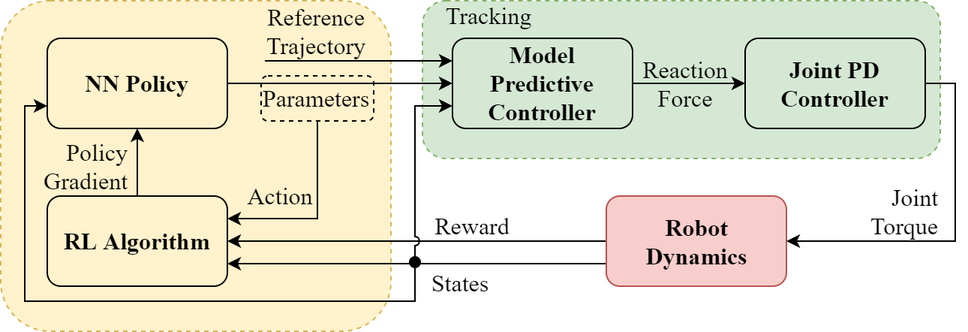
Before: images/controller_blocks.png, a diagram exported from draw.io (silvery107/rl-mpc-locomotion). Source tidied: cells renumbered, new cells last; positions are measured from the earlier drawing's top-left corner, leaving out a move shared by most shapes. Source of this version:
```xml
<mxGraphModel math="1">
  <root>
    <mxCell id="0" />
    <mxCell id="1" parent="0" />
    <mxCell id="2" style="rounded=1;whiteSpace=wrap;html=1;shadow=0;glass=0;dashed=1;sketch=0;fontFamily=Times New Roman;fontSize=16;fillColor=#fff2cc;strokeColor=#d6b656;" parent="1" vertex="1">
      <mxGeometry width="260" height="220" as="geometry" />
    </mxCell>
    <mxCell id="3" style="rounded=1;whiteSpace=wrap;html=1;fillColor=#d5e8d4;dashed=1;fontSize=16;fontFamily=Times New Roman;fontStyle=0;strokeColor=#82b366;" parent="1" vertex="1">
      <mxGeometry x="281" width="345" height="105" as="geometry" />
    </mxCell>
    <mxCell id="4" style="edgeStyle=orthogonalEdgeStyle;rounded=0;jettySize=auto;html=1;fontSize=16;fontFamily=Times New Roman;fontStyle=0;" parent="1" edge="1" source="5" target="15">
      <mxGeometry relative="1" as="geometry" />
    </mxCell>
    <mxCell id="5" value="Model&lt;br style=&quot;font-size: 16px;&quot;&gt;Predictive&lt;br style=&quot;font-size: 16px;&quot;&gt;Controller" style="rounded=1;whiteSpace=wrap;html=1;fontSize=16;fontFamily=Times New Roman;fontStyle=1;fillColor=none;" parent="1" vertex="1">
      <mxGeometry x="301" y="25" width="120" height="60" as="geometry" />
    </mxCell>
    <mxCell id="6" style="edgeStyle=orthogonalEdgeStyle;rounded=0;jettySize=auto;html=1;exitX=0;exitY=0.5;exitDx=0;exitDy=0;entryX=1;entryY=0.5;entryDx=0;entryDy=0;fontFamily=Times New Roman;fontSize=16;startArrow=none;startFill=0;" parent="1" edge="1" target="18">
      <mxGeometry relative="1" as="geometry">
        <mxPoint x="463.5" y="160" as="sourcePoint" />
      </mxGeometry>
    </mxCell>
    <mxCell id="7" style="edgeStyle=orthogonalEdgeStyle;rounded=0;jettySize=auto;html=1;exitX=0;exitY=0.75;exitDx=0;exitDy=0;entryX=1;entryY=0.75;entryDx=0;entryDy=0;fontFamily=Times New Roman;fontSize=16;startArrow=none;startFill=0;" parent="1" edge="1" target="18">
      <mxGeometry relative="1" as="geometry">
        <mxPoint x="383.5" y="175" as="sourcePoint" />
      </mxGeometry>
    </mxCell>
    <mxCell id="8" style="edgeStyle=orthogonalEdgeStyle;jettySize=auto;html=1;exitX=0;exitY=0.75;exitDx=0;exitDy=0;entryX=0;entryY=0.75;entryDx=0;entryDy=0;fontFamily=Times New Roman;fontSize=16;startArrow=none;startFill=0;jumpStyle=arc;sketch=0;jumpSize=6;rounded=0;" parent="1" edge="1" source="10" target="5">
      <mxGeometry relative="1" as="geometry">
        <Array as="points">
          <mxPoint x="276" y="175" />
          <mxPoint x="276" y="70" />
        </Array>
      </mxGeometry>
    </mxCell>
    <mxCell id="9" style="edgeStyle=orthogonalEdgeStyle;rounded=0;sketch=0;jumpStyle=none;jumpSize=6;jettySize=auto;html=1;fontFamily=Times New Roman;fontSize=16;startArrow=none;startFill=0;fillColor=none;entryX=0;entryY=0.75;entryDx=0;entryDy=0;exitX=0;exitY=0.75;exitDx=0;exitDy=0;" parent="1" edge="1" target="12">
      <mxGeometry relative="1" as="geometry">
        <mxPoint x="393.5" y="175" as="sourcePoint" />
        <Array as="points">
          <mxPoint x="276" y="175" />
          <mxPoint x="276" y="200" />
          <mxPoint x="16" y="200" />
          <mxPoint x="16" y="70" />
        </Array>
      </mxGeometry>
    </mxCell>
    <mxCell id="10" value="Robot&lt;br&gt;Dynamics" style="rounded=1;whiteSpace=wrap;html=1;fontSize=16;fontFamily=Times New Roman;fontStyle=1;fillColor=#f8cecc;strokeColor=#b85450;" parent="1" vertex="1">
      <mxGeometry x="403.5" y="130" width="120" height="60" as="geometry" />
    </mxCell>
    <mxCell id="11" style="edgeStyle=none;html=1;entryX=0;entryY=0.5;entryDx=0;entryDy=0;fontFamily=Times New Roman;fontSize=16;startArrow=none;exitX=1;exitY=0.5;exitDx=0;exitDy=0;" parent="1" edge="1" source="12" target="5">
      <mxGeometry relative="1" as="geometry" />
    </mxCell>
    <mxCell id="12" value="NN Policy" style="rounded=1;whiteSpace=wrap;html=1;fontSize=16;fontFamily=Times New Roman;fontStyle=1;fillColor=none;" parent="1" vertex="1">
      <mxGeometry x="31" y="25" width="120" height="60" as="geometry" />
    </mxCell>
    <mxCell id="13" value="Reaction&lt;br style=&quot;font-size: 16px;&quot;&gt;Force" style="text;html=1;align=center;verticalAlign=middle;strokeColor=none;fontSize=16;fontFamily=Times New Roman;fontStyle=0;" parent="1" vertex="1">
      <mxGeometry x="421" y="35" width="70" height="40" as="geometry" />
    </mxCell>
    <mxCell id="14" style="edgeStyle=orthogonalEdgeStyle;rounded=0;jettySize=auto;html=1;exitX=1;exitY=0.5;exitDx=0;exitDy=0;entryX=1;entryY=0.5;entryDx=0;entryDy=0;fontFamily=Times New Roman;fontSize=16;startArrow=none;startFill=0;" parent="1" edge="1" source="15" target="10">
      <mxGeometry relative="1" as="geometry">
        <Array as="points">
          <mxPoint x="636" y="55" />
          <mxPoint x="636" y="160" />
        </Array>
      </mxGeometry>
    </mxCell>
    <mxCell id="15" value="Joint PD&lt;br style=&quot;font-size: 16px&quot;&gt;Controller" style="rounded=1;whiteSpace=wrap;html=1;fontSize=16;fontFamily=Times New Roman;fontStyle=1;fillColor=none;" parent="1" vertex="1">
      <mxGeometry x="496" y="25" width="120" height="60" as="geometry" />
    </mxCell>
    <mxCell id="16" value="Joint&lt;br style=&quot;font-size: 16px&quot;&gt;Torque" style="text;html=1;align=right;verticalAlign=middle;strokeColor=none;fontSize=16;fontFamily=Times New Roman;fontStyle=0;" parent="1" vertex="1">
      <mxGeometry x="566" y="120" width="60" height="40" as="geometry" />
    </mxCell>
    <mxCell id="17" style="edgeStyle=orthogonalEdgeStyle;rounded=0;jettySize=auto;html=1;startArrow=none;startFill=0;fontSize=16;fontFamily=Times New Roman;fontStyle=0;" parent="1" edge="1" source="18" target="12">
      <mxGeometry relative="1" as="geometry" />
    </mxCell>
    <mxCell id="18" value="RL Algorithm" style="rounded=1;whiteSpace=wrap;html=1;fontSize=16;fontFamily=Times New Roman;fontStyle=1;fillColor=none;" parent="1" vertex="1">
      <mxGeometry x="31" y="130" width="120" height="60" as="geometry" />
    </mxCell>
    <mxCell id="19" value="Tracking" style="text;html=1;align=center;verticalAlign=middle;strokeColor=none;fontSize=16;fontFamily=Times New Roman;fontStyle=0;" parent="1" vertex="1">
      <mxGeometry x="290" width="70" height="20" as="geometry" />
    </mxCell>
    <mxCell id="20" value="Reference&lt;br&gt;Trajectory" style="text;html=1;align=center;verticalAlign=middle;strokeColor=none;fontSize=16;fontFamily=Times New Roman;fontStyle=0;" parent="1" vertex="1">
      <mxGeometry x="170" width="80" height="40" as="geometry" />
    </mxCell>
    <mxCell id="21" value="Policy&lt;br style=&quot;font-size: 16px&quot;&gt;Gradient" style="text;html=1;align=right;verticalAlign=middle;strokeColor=none;fontSize=16;fontFamily=Times New Roman;fontStyle=0;" parent="1" vertex="1">
      <mxGeometry x="16" y="90" width="70" height="40" as="geometry" />
    </mxCell>
    <mxCell id="22" value="Reward" style="text;html=1;align=center;verticalAlign=middle;strokeColor=none;fontSize=16;fontFamily=Times New Roman;fontStyle=0;" parent="1" vertex="1">
      <mxGeometry x="279" y="140" width="70" height="20" as="geometry" />
    </mxCell>
    <mxCell id="23" value="Action" style="text;html=1;align=center;verticalAlign=middle;strokeColor=none;fontSize=16;fontFamily=Times New Roman;fontStyle=0;" parent="1" vertex="1">
      <mxGeometry x="156" y="120" width="60" height="20" as="geometry" />
    </mxCell>
    <mxCell id="24" value="States" style="text;html=1;align=center;verticalAlign=middle;strokeColor=none;fontSize=16;fontFamily=Times New Roman;" parent="1" vertex="1">
      <mxGeometry x="281" y="178" width="50" height="20" as="geometry" />
    </mxCell>
    <mxCell id="25" style="ellipse;fillColor=#000000;strokeColor=none;dashed=1;fontFamily=Times New Roman;fontSize=16;" parent="1" vertex="1">
      <mxGeometry x="272" y="170" width="8" height="8" as="geometry" />
    </mxCell>
    <mxCell id="26" value="Parameters" style="text;html=1;align=center;verticalAlign=middle;strokeColor=none;fontSize=16;fontFamily=Times New Roman;" parent="1" vertex="1">
      <mxGeometry x="165" y="55" width="90" height="20" as="geometry" />
    </mxCell>
    <mxCell id="27" style="endArrow=classic;html=1;fontFamily=Times New Roman;fontSize=16;entryX=0;entryY=0.25;entryDx=0;entryDy=0;" parent="1" edge="1" target="5">
      <mxGeometry relative="1" as="geometry">
        <mxPoint x="176" y="40" as="sourcePoint" />
      </mxGeometry>
    </mxCell>
    <mxCell id="28" style="edgeStyle=none;html=1;exitX=0.5;exitY=1;exitDx=0;exitDy=0;entryX=1;entryY=0.25;entryDx=0;entryDy=0;fontFamily=Times New Roman;fontSize=16;rounded=0;" parent="1" edge="1" source="29" target="18">
      <mxGeometry relative="1" as="geometry">
        <Array as="points">
          <mxPoint x="211" y="145" />
        </Array>
      </mxGeometry>
    </mxCell>
    <mxCell id="29" style="rounded=1;whiteSpace=wrap;html=1;fontFamily=Times New Roman;fontSize=16;fillColor=none;dashed=1;" parent="1" vertex="1">
      <mxGeometry x="173.5" y="50" width="75" height="30" as="geometry" />
    </mxCell>
  </root>
</mxGraphModel>
```
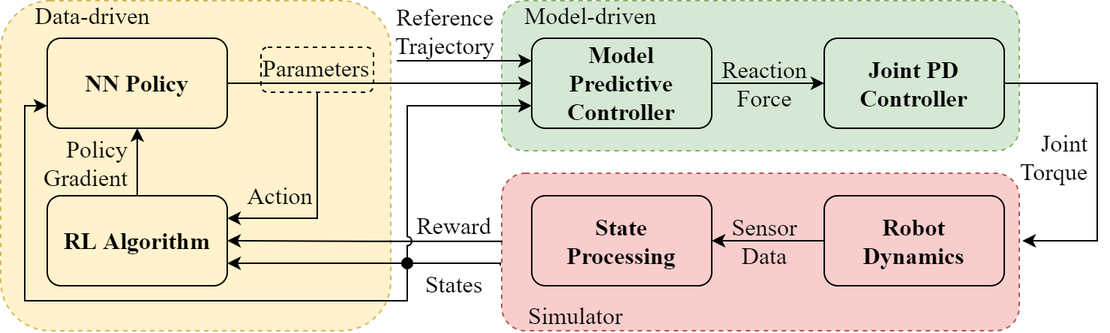
The same file after the commit.

What changed in the source:
```diff
@@ -2,60 +2,63 @@
   <root>
     <mxCell id="0" />
     <mxCell id="1" parent="0" />
+    <mxCell id="30" style="rounded=1;whiteSpace=wrap;html=1;fillColor=#f8cecc;dashed=1;fontSize=16;fontFamily=Times New Roman;fontStyle=0;strokeColor=#b85450;" parent="1" vertex="1">
+      <mxGeometry x="239" y="115" width="345" height="105" as="geometry" />
+    </mxCell>
     <mxCell id="2" style="rounded=1;whiteSpace=wrap;html=1;shadow=0;glass=0;dashed=1;sketch=0;fontFamily=Times New Roman;fontSize=16;fillColor=#fff2cc;strokeColor=#d6b656;" parent="1" vertex="1">
-      <mxGeometry width="260" height="220" as="geometry" />
+      <mxGeometry x="-95" width="260" height="220" as="geometry" />
     </mxCell>
     <mxCell id="3" style="rounded=1;whiteSpace=wrap;html=1;fillColor=#d5e8d4;dashed=1;fontSize=16;fontFamily=Times New Roman;fontStyle=0;strokeColor=#82b366;" parent="1" vertex="1">
-      <mxGeometry x="281" width="345" height="105" as="geometry" />
+      <mxGeometry x="239" width="345" height="100" as="geometry" />
     </mxCell>
     <mxCell id="4" style="edgeStyle=orthogonalEdgeStyle;rounded=0;jettySize=auto;html=1;fontSize=16;fontFamily=Times New Roman;fontStyle=0;" parent="1" edge="1" source="5" target="15">
       <mxGeometry relative="1" as="geometry" />
     </mxCell>
     <mxCell id="5" value="Model&lt;br style=&quot;font-size: 16px;&quot;&gt;Predictive&lt;br style=&quot;font-size: 16px;&quot;&gt;Controller" style="rounded=1;whiteSpace=wrap;html=1;fontSize=16;fontFamily=Times New Roman;fontStyle=1;fillColor=none;" parent="1" vertex="1">
-      <mxGeometry x="301" y="25" width="120" height="60" as="geometry" />
+      <mxGeometry x="259" y="25" width="120" height="60" as="geometry" />
     </mxCell>
-    <mxCell id="6" style="edgeStyle=orthogonalEdgeStyle;rounded=0;jettySize=auto;html=1;exitX=0;exitY=0.5;exitDx=0;exitDy=0;entryX=1;entryY=0.5;entryDx=0;entryDy=0;fontFamily=Times New Roman;fontSize=16;startArrow=none;startFill=0;" parent="1" edge="1" target="18">
-      <mxGeometry relative="1" as="geometry">
-        <mxPoint x="463.5" y="160" as="sourcePoint" />
-      </mxGeometry>
+    <mxCell id="6" style="edgeStyle=orthogonalEdgeStyle;rounded=0;jettySize=auto;html=1;entryX=1;entryY=0.5;entryDx=0;entryDy=0;fontFamily=Times New Roman;fontSize=16;startArrow=none;startFill=0;exitX=0.001;exitY=0.432;exitDx=0;exitDy=0;exitPerimeter=0;" parent="1" edge="1" source="30" target="18">
+      <mxGeometry relative="1" as="geometry" />
     </mxCell>
-    <mxCell id="7" style="edgeStyle=orthogonalEdgeStyle;rounded=0;jettySize=auto;html=1;exitX=0;exitY=0.75;exitDx=0;exitDy=0;entryX=1;entryY=0.75;entryDx=0;entryDy=0;fontFamily=Times New Roman;fontSize=16;startArrow=none;startFill=0;" parent="1" edge="1" target="18">
+    <mxCell id="7" style="edgeStyle=orthogonalEdgeStyle;rounded=0;jettySize=auto;html=1;entryX=1;entryY=0.75;entryDx=0;entryDy=0;fontFamily=Times New Roman;fontSize=16;startArrow=none;startFill=0;" parent="1" edge="1" target="18">
       <mxGeometry relative="1" as="geometry">
-        <mxPoint x="383.5" y="175" as="sourcePoint" />
+        <mxPoint x="176" y="175" as="sourcePoint" />
       </mxGeometry>
     </mxCell>
-    <mxCell id="8" style="edgeStyle=orthogonalEdgeStyle;jettySize=auto;html=1;exitX=0;exitY=0.75;exitDx=0;exitDy=0;entryX=0;entryY=0.75;entryDx=0;entryDy=0;fontFamily=Times New Roman;fontSize=16;startArrow=none;startFill=0;jumpStyle=arc;sketch=0;jumpSize=6;rounded=0;" parent="1" edge="1" source="10" target="5">
+    <mxCell id="8" style="edgeStyle=orthogonalEdgeStyle;jettySize=auto;html=1;entryX=0;entryY=0.75;entryDx=0;entryDy=0;fontFamily=Times New Roman;fontSize=16;startArrow=none;startFill=0;jumpStyle=arc;sketch=0;jumpSize=6;rounded=0;" parent="1" edge="1" source="25" target="5">
       <mxGeometry relative="1" as="geometry">
         <Array as="points">
-          <mxPoint x="276" y="175" />
-          <mxPoint x="276" y="70" />
+          <mxPoint x="176" y="70" />
         </Array>
       </mxGeometry>
     </mxCell>
-    <mxCell id="9" style="edgeStyle=orthogonalEdgeStyle;rounded=0;sketch=0;jumpStyle=none;jumpSize=6;jettySize=auto;html=1;fontFamily=Times New Roman;fontSize=16;startArrow=none;startFill=0;fillColor=none;entryX=0;entryY=0.75;entryDx=0;entryDy=0;exitX=0;exitY=0.75;exitDx=0;exitDy=0;" parent="1" edge="1" target="12">
+    <mxCell id="9" style="edgeStyle=orthogonalEdgeStyle;rounded=0;sketch=0;jumpStyle=none;jumpSize=6;jettySize=auto;html=1;fontFamily=Times New Roman;fontSize=16;startArrow=none;startFill=0;fillColor=none;entryX=0;entryY=0.75;entryDx=0;entryDy=0;exitX=-0.003;exitY=0.585;exitDx=0;exitDy=0;exitPerimeter=0;" parent="1" edge="1" source="30" target="12">
       <mxGeometry relative="1" as="geometry">
-        <mxPoint x="393.5" y="175" as="sourcePoint" />
         <Array as="points">
-          <mxPoint x="276" y="175" />
-          <mxPoint x="276" y="200" />
-          <mxPoint x="16" y="200" />
-          <mxPoint x="16" y="70" />
+          <mxPoint x="238" y="175" />
+          <mxPoint x="176" y="175" />
+          <mxPoint x="176" y="200" />
+          <mxPoint x="-79" y="200" />
+          <mxPoint x="-79" y="70" />
         </Array>
       </mxGeometry>
     </mxCell>
+    <mxCell id="31" style="edgeStyle=none;html=1;exitX=0;exitY=0.5;exitDx=0;exitDy=0;entryX=1;entryY=0.5;entryDx=0;entryDy=0;fontFamily=Times New Roman;fontSize=16;" parent="1" edge="1" source="10" target="34">
+      <mxGeometry relative="1" as="geometry" />
+    </mxCell>
-    <mxCell id="10" value="Robot&lt;br&gt;Dynamics" style="rounded=1;whiteSpace=wrap;html=1;fontSize=16;fontFamily=Times New Roman;fontStyle=1;fillColor=#f8cecc;strokeColor=#b85450;" parent="1" vertex="1">
-      <mxGeometry x="403.5" y="130" width="120" height="60" as="geometry" />
+    <mxCell id="10" value="Robot&lt;br&gt;Dynamics" style="rounded=1;whiteSpace=wrap;html=1;fontSize=16;fontFamily=Times New Roman;fontStyle=1;fillColor=none;" parent="1" vertex="1">
+      <mxGeometry x="454" y="130" width="120" height="60" as="geometry" />
     </mxCell>
     <mxCell id="11" style="edgeStyle=none;html=1;entryX=0;entryY=0.5;entryDx=0;entryDy=0;fontFamily=Times New Roman;fontSize=16;startArrow=none;exitX=1;exitY=0.5;exitDx=0;exitDy=0;" parent="1" edge="1" source="12" target="5">
       <mxGeometry relative="1" as="geometry" />
     </mxCell>
     <mxCell id="12" value="NN Policy" style="rounded=1;whiteSpace=wrap;html=1;fontSize=16;fontFamily=Times New Roman;fontStyle=1;fillColor=none;" parent="1" vertex="1">
-      <mxGeometry x="31" y="25" width="120" height="60" as="geometry" />
+      <mxGeometry x="-64" y="25" width="120" height="60" as="geometry" />
     </mxCell>
     <mxCell id="13" value="Reaction&lt;br style=&quot;font-size: 16px;&quot;&gt;Force" style="text;html=1;align=center;verticalAlign=middle;strokeColor=none;fontSize=16;fontFamily=Times New Roman;fontStyle=0;" parent="1" vertex="1">
-      <mxGeometry x="421" y="35" width="70" height="40" as="geometry" />
+      <mxGeometry x="379" y="35" width="70" height="40" as="geometry" />
     </mxCell>
-    <mxCell id="14" style="edgeStyle=orthogonalEdgeStyle;rounded=0;jettySize=auto;html=1;exitX=1;exitY=0.5;exitDx=0;exitDy=0;entryX=1;entryY=0.5;entryDx=0;entryDy=0;fontFamily=Times New Roman;fontSize=16;startArrow=none;startFill=0;" parent="1" edge="1" source="15" target="10">
+    <mxCell id="14" style="edgeStyle=orthogonalEdgeStyle;rounded=0;jettySize=auto;html=1;exitX=1;exitY=0.5;exitDx=0;exitDy=0;fontFamily=Times New Roman;fontSize=16;startArrow=none;startFill=0;entryX=1.006;entryY=0.429;entryDx=0;entryDy=0;entryPerimeter=0;" parent="1" edge="1" source="15" target="30">
       <mxGeometry relative="1" as="geometry">
         <Array as="points">
           <mxPoint x="636" y="55" />
@@ -64,55 +67,63 @@
       </mxGeometry>
     </mxCell>
     <mxCell id="15" value="Joint PD&lt;br style=&quot;font-size: 16px&quot;&gt;Controller" style="rounded=1;whiteSpace=wrap;html=1;fontSize=16;fontFamily=Times New Roman;fontStyle=1;fillColor=none;" parent="1" vertex="1">
-      <mxGeometry x="496" y="25" width="120" height="60" as="geometry" />
+      <mxGeometry x="454" y="25" width="120" height="60" as="geometry" />
     </mxCell>
     <mxCell id="16" value="Joint&lt;br style=&quot;font-size: 16px&quot;&gt;Torque" style="text;html=1;align=right;verticalAlign=middle;strokeColor=none;fontSize=16;fontFamily=Times New Roman;fontStyle=0;" parent="1" vertex="1">
-      <mxGeometry x="566" y="120" width="60" height="40" as="geometry" />
+      <mxGeometry x="571" y="84" width="60" height="40" as="geometry" />
     </mxCell>
     <mxCell id="17" style="edgeStyle=orthogonalEdgeStyle;rounded=0;jettySize=auto;html=1;startArrow=none;startFill=0;fontSize=16;fontFamily=Times New Roman;fontStyle=0;" parent="1" edge="1" source="18" target="12">
       <mxGeometry relative="1" as="geometry" />
     </mxCell>
     <mxCell id="18" value="RL Algorithm" style="rounded=1;whiteSpace=wrap;html=1;fontSize=16;fontFamily=Times New Roman;fontStyle=1;fillColor=none;" parent="1" vertex="1">
-      <mxGeometry x="31" y="130" width="120" height="60" as="geometry" />
+      <mxGeometry x="-64" y="130" width="120" height="60" as="geometry" />
     </mxCell>
-    <mxCell id="19" value="Tracking" style="text;html=1;align=center;verticalAlign=middle;strokeColor=none;fontSize=16;fontFamily=Times New Roman;fontStyle=0;" parent="1" vertex="1">
-      <mxGeometry x="290" width="70" height="20" as="geometry" />
+    <mxCell id="19" value="Model-driven" style="text;html=1;align=center;verticalAlign=middle;strokeColor=none;fontSize=16;fontFamily=Times New Roman;fontStyle=0;" parent="1" vertex="1">
+      <mxGeometry x="248" width="100" height="20" as="geometry" />
     </mxCell>
     <mxCell id="20" value="Reference&lt;br&gt;Trajectory" style="text;html=1;align=center;verticalAlign=middle;strokeColor=none;fontSize=16;fontFamily=Times New Roman;fontStyle=0;" parent="1" vertex="1">
-      <mxGeometry x="170" width="80" height="40" as="geometry" />
+      <mxGeometry x="161" width="80" height="40" as="geometry" />
     </mxCell>
     <mxCell id="21" value="Policy&lt;br style=&quot;font-size: 16px&quot;&gt;Gradient" style="text;html=1;align=right;verticalAlign=middle;strokeColor=none;fontSize=16;fontFamily=Times New Roman;fontStyle=0;" parent="1" vertex="1">
-      <mxGeometry x="16" y="90" width="70" height="40" as="geometry" />
+      <mxGeometry x="-79" y="88" width="70" height="40" as="geometry" />
     </mxCell>
     <mxCell id="22" value="Reward" style="text;html=1;align=center;verticalAlign=middle;strokeColor=none;fontSize=16;fontFamily=Times New Roman;fontStyle=0;" parent="1" vertex="1">
-      <mxGeometry x="279" y="140" width="70" height="20" as="geometry" />
+      <mxGeometry x="172" y="140" width="70" height="20" as="geometry" />
     </mxCell>
     <mxCell id="23" value="Action" style="text;html=1;align=center;verticalAlign=middle;strokeColor=none;fontSize=16;fontFamily=Times New Roman;fontStyle=0;" parent="1" vertex="1">
-      <mxGeometry x="156" y="120" width="60" height="20" as="geometry" />
+      <mxGeometry x="61" y="120" width="60" height="20" as="geometry" />
     </mxCell>
     <mxCell id="24" value="States" style="text;html=1;align=center;verticalAlign=middle;strokeColor=none;fontSize=16;fontFamily=Times New Roman;" parent="1" vertex="1">
-      <mxGeometry x="281" y="178" width="50" height="20" as="geometry" />
+      <mxGeometry x="182" y="179" width="50" height="20" as="geometry" />
     </mxCell>
     <mxCell id="25" style="ellipse;fillColor=#000000;strokeColor=none;dashed=1;fontFamily=Times New Roman;fontSize=16;" parent="1" vertex="1">
-      <mxGeometry x="272" y="170" width="8" height="8" as="geometry" />
+      <mxGeometry x="172" y="171" width="8" height="8" as="geometry" />
     </mxCell>
     <mxCell id="26" value="Parameters" style="text;html=1;align=center;verticalAlign=middle;strokeColor=none;fontSize=16;fontFamily=Times New Roman;" parent="1" vertex="1">
-      <mxGeometry x="165" y="55" width="90" height="20" as="geometry" />
+      <mxGeometry x="70" y="35" width="90" height="20" as="geometry" />
     </mxCell>
-    <mxCell id="27" style="endArrow=classic;html=1;fontFamily=Times New Roman;fontSize=16;entryX=0;entryY=0.25;entryDx=0;entryDy=0;" parent="1" edge="1" target="5">
+    <mxCell id="27" style="endArrow=classic;html=1;fontFamily=Times New Roman;fontSize=16;entryX=0;entryY=0.25;entryDx=0;entryDy=0;edgeStyle=orthogonalEdgeStyle;" parent="1" edge="1" target="5">
       <mxGeometry relative="1" as="geometry">
-        <mxPoint x="176" y="40" as="sourcePoint" />
+        <mxPoint x="169" y="40" as="sourcePoint" />
       </mxGeometry>
     </mxCell>
-    <mxCell id="28" style="edgeStyle=none;html=1;exitX=0.5;exitY=1;exitDx=0;exitDy=0;entryX=1;entryY=0.25;entryDx=0;entryDy=0;fontFamily=Times New Roman;fontSize=16;rounded=0;" parent="1" edge="1" source="29" target="18">
-      <mxGeometry relative="1" as="geometry">
-        <Array as="points">
-          <mxPoint x="211" y="145" />
-        </Array>
-      </mxGeometry>
+    <mxCell id="28" style="edgeStyle=orthogonalEdgeStyle;html=1;exitX=0.5;exitY=1;exitDx=0;exitDy=0;entryX=1;entryY=0.25;entryDx=0;entryDy=0;fontFamily=Times New Roman;fontSize=16;rounded=0;" parent="1" edge="1" source="29" target="18">
+      <mxGeometry relative="1" as="geometry" />
     </mxCell>
     <mxCell id="29" style="rounded=1;whiteSpace=wrap;html=1;fontFamily=Times New Roman;fontSize=16;fillColor=none;dashed=1;" parent="1" vertex="1">
-      <mxGeometry x="173.5" y="50" width="75" height="30" as="geometry" />
+      <mxGeometry x="78.5" y="31" width="75" height="30" as="geometry" />
     </mxCell>
+    <mxCell id="32" value="Data-driven" style="text;html=1;align=center;verticalAlign=middle;strokeColor=none;fontSize=16;fontFamily=Times New Roman;fontStyle=0;" parent="1" vertex="1">
+      <mxGeometry x="-79" width="90" height="20" as="geometry" />
+    </mxCell>
+    <mxCell id="33" value="Simulator" style="text;html=1;align=center;verticalAlign=middle;strokeColor=none;fillColor=none;fontFamily=Times New Roman;fontSize=16;" parent="1" vertex="1">
+      <mxGeometry x="248" y="200" width="80" height="20" as="geometry" />
+    </mxCell>
+    <mxCell id="34" value="State&lt;br&gt;Processing" style="rounded=1;whiteSpace=wrap;html=1;fontFamily=Times New Roman;fontSize=16;fontStyle=1;fillColor=none;" parent="1" vertex="1">
+      <mxGeometry x="259" y="130" width="120" height="60" as="geometry" />
+    </mxCell>
+    <mxCell id="35" value="Sensor&lt;br&gt;Data" style="text;html=1;align=center;verticalAlign=middle;strokeColor=none;fillColor=none;fontSize=16;fontFamily=Times New Roman;" parent="1" vertex="1">
+      <mxGeometry x="384" y="140" width="60" height="40" as="geometry" />
+    </mxCell>
   </root>
 </mxGraphModel>
```
